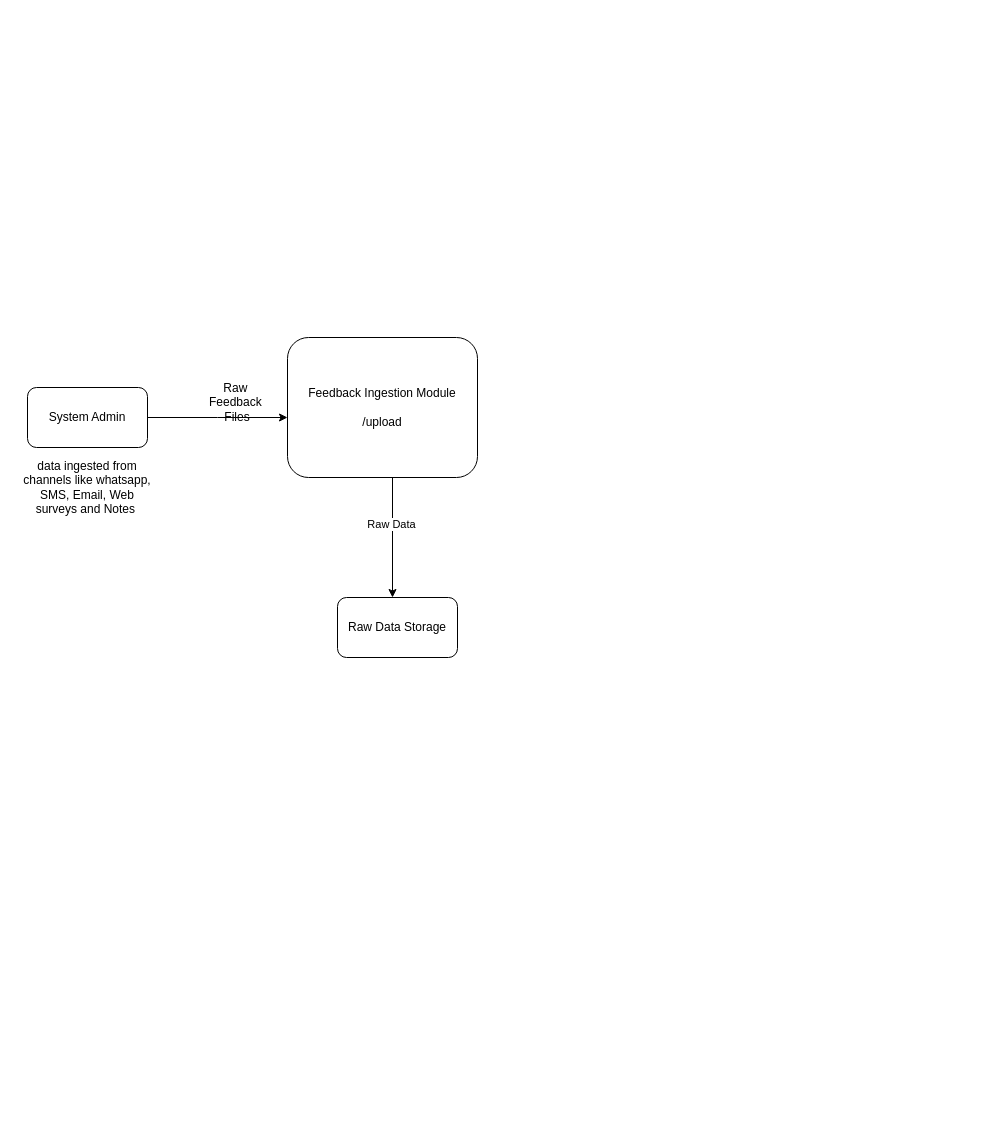
Above: Level1.drawio in clencyc/AimSoft-Feedback-Analysis (draw.io), before the change. Source tidied: cells renumbered, new cells numbered last; positions are measured from the earlier drawing's top-left corner, leaving out a move shared by most shapes. Both pictures are drawn from the tidied source at 100%, with x=0, y=0 at pixel (17, 337).
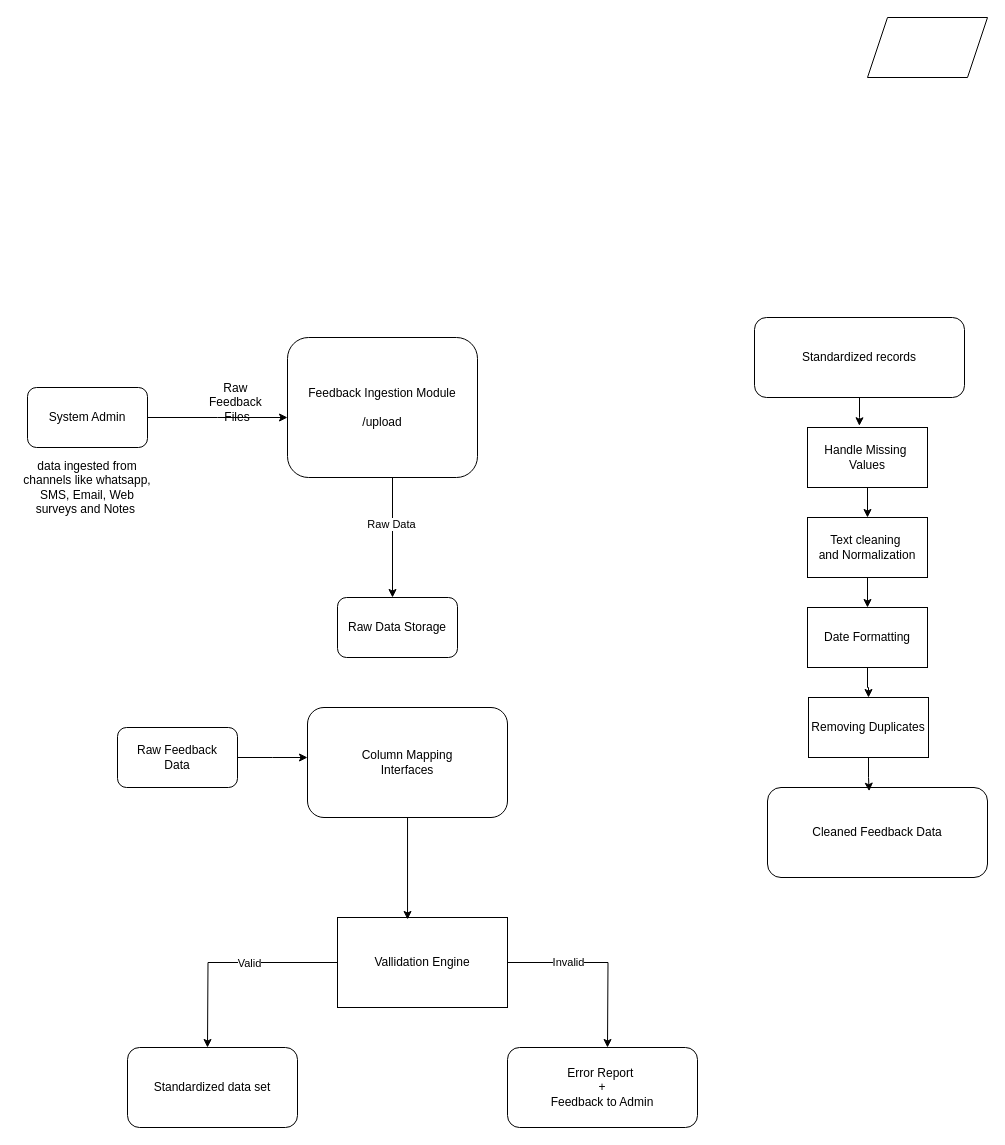
The same diagram, later.

The edit, as a diff of the source:
```diff
@@
+    <mxCell id="10" style="edgeStyle=orthogonalEdgeStyle;rounded=0;jettySize=auto;html=1;" parent="1" edge="1" source="11">
+      <mxGeometry relative="1" as="geometry">
+        <mxPoint x="290" y="420" as="targetPoint" />
+      </mxGeometry>
+    </mxCell>
+    <mxCell id="11" value="&lt;div&gt;Raw Feedback&lt;/div&gt;&lt;div&gt;Data&lt;/div&gt;" style="rounded=1;whiteSpace=wrap;html=1;" parent="1" vertex="1">
+      <mxGeometry x="100" y="390" width="120" height="60" as="geometry" />
+    </mxCell>
+    <mxCell id="12" value="&lt;div&gt;Column Mapping&lt;/div&gt;&lt;div&gt;Interfaces&lt;/div&gt;" style="rounded=1;whiteSpace=wrap;html=1;" parent="1" vertex="1">
+      <mxGeometry x="290" y="370" width="200" height="110" as="geometry" />
+    </mxCell>
+    <mxCell id="13" style="edgeStyle=orthogonalEdgeStyle;rounded=0;jettySize=auto;html=1;" parent="1" edge="1" source="17">
+      <mxGeometry relative="1" as="geometry">
+        <mxPoint x="190" y="710" as="targetPoint" />
+      </mxGeometry>
+    </mxCell>
+    <mxCell id="14" value="Valid" style="edgeLabel;html=1;align=center;verticalAlign=middle;" parent="13" vertex="1">
+      <mxGeometry x="-0.17" y="5" relative="1" as="geometry">
+        <mxPoint y="-5" as="offset" />
+      </mxGeometry>
+    </mxCell>
+    <mxCell id="15" style="edgeStyle=orthogonalEdgeStyle;rounded=0;jettySize=auto;html=1;" parent="1" edge="1" source="17">
+      <mxGeometry relative="1" as="geometry">
+        <mxPoint x="590" y="710" as="targetPoint" />
+      </mxGeometry>
+    </mxCell>
+    <mxCell id="16" value="Invalid" style="edgeLabel;html=1;align=center;verticalAlign=middle;" parent="15" vertex="1">
+      <mxGeometry x="-0.35" y="1" relative="1" as="geometry" />
+    </mxCell>
+    <mxCell id="17" value="Vallidation Engine" style="rounded=0;whiteSpace=wrap;html=1;" parent="1" vertex="1">
+      <mxGeometry x="320" y="580" width="170" height="90" as="geometry" />
+    </mxCell>
+    <mxCell id="18" style="edgeStyle=orthogonalEdgeStyle;rounded=0;jettySize=auto;html=1;entryX=0.412;entryY=0.022;entryDx=0;entryDy=0;entryPerimeter=0;" parent="1" edge="1" source="12" target="17">
+      <mxGeometry relative="1" as="geometry" />
+    </mxCell>
+    <mxCell id="19" value="Standardized data set" style="rounded=1;whiteSpace=wrap;html=1;" parent="1" vertex="1">
+      <mxGeometry x="110" y="710" width="170" height="80" as="geometry" />
+    </mxCell>
+    <mxCell id="20" value="&lt;div&gt;Error Report&amp;nbsp;&lt;/div&gt;&lt;div&gt;+&lt;/div&gt;&lt;div&gt;Feedback to Admin&lt;/div&gt;" style="rounded=1;whiteSpace=wrap;html=1;" parent="1" vertex="1">
+      <mxGeometry x="490" y="710" width="190" height="80" as="geometry" />
+    </mxCell>
+    <mxCell id="21" style="shape=parallelogram;perimeter=parallelogramPerimeter;whiteSpace=wrap;html=1;fixedSize=1;" parent="1" vertex="1">
+      <mxGeometry x="850" y="-320" width="120" height="60" as="geometry" />
+    </mxCell>
+    <mxCell id="22" value="Standardized records" style="rounded=1;whiteSpace=wrap;html=1;" parent="1" vertex="1">
+      <mxGeometry x="737" y="-20" width="210" height="80" as="geometry" />
+    </mxCell>
+    <mxCell id="23" style="edgeStyle=orthogonalEdgeStyle;rounded=0;jettySize=auto;html=1;entryX=0.5;entryY=0;entryDx=0;entryDy=0;" parent="1" edge="1" source="24" target="26">
+      <mxGeometry relative="1" as="geometry" />
+    </mxCell>
+    <mxCell id="24" value="&lt;div&gt;Handle Missing&amp;nbsp;&lt;/div&gt;&lt;div&gt;Values&lt;/div&gt;" style="rounded=0;whiteSpace=wrap;html=1;" parent="1" vertex="1">
+      <mxGeometry x="790" y="90" width="120" height="60" as="geometry" />
+    </mxCell>
+    <mxCell id="25" style="edgeStyle=orthogonalEdgeStyle;rounded=0;jettySize=auto;html=1;entryX=0.5;entryY=0;entryDx=0;entryDy=0;" parent="1" edge="1" source="26" target="28">
+      <mxGeometry relative="1" as="geometry" />
+    </mxCell>
+    <mxCell id="26" value="&lt;div&gt;Text cleaning&amp;nbsp;&lt;/div&gt;&lt;div&gt;and Normalization&lt;/div&gt;" style="rounded=0;whiteSpace=wrap;html=1;" parent="1" vertex="1">
+      <mxGeometry x="790" y="180" width="120" height="60" as="geometry" />
+    </mxCell>
+    <mxCell id="27" style="edgeStyle=orthogonalEdgeStyle;rounded=0;jettySize=auto;html=1;entryX=0.5;entryY=0;entryDx=0;entryDy=0;" parent="1" edge="1" source="28" target="29">
+      <mxGeometry relative="1" as="geometry" />
+    </mxCell>
+    <mxCell id="28" value="Date Formatting" style="rounded=0;whiteSpace=wrap;html=1;" parent="1" vertex="1">
+      <mxGeometry x="790" y="270" width="120" height="60" as="geometry" />
+    </mxCell>
+    <mxCell id="29" value="Removing Duplicates" style="rounded=0;whiteSpace=wrap;html=1;" parent="1" vertex="1">
+      <mxGeometry x="791" y="360" width="120" height="60" as="geometry" />
+    </mxCell>
+    <mxCell id="30" value="Cleaned Feedback Data" style="rounded=1;whiteSpace=wrap;html=1;" parent="1" vertex="1">
+      <mxGeometry x="750" y="450" width="220" height="90" as="geometry" />
+    </mxCell>
+    <mxCell id="31" style="edgeStyle=orthogonalEdgeStyle;rounded=0;jettySize=auto;html=1;entryX=0.432;entryY=-0.029;entryDx=0;entryDy=0;entryPerimeter=0;" parent="1" edge="1" source="22" target="24">
+      <mxGeometry relative="1" as="geometry" />
+    </mxCell>
+    <mxCell id="32" style="edgeStyle=orthogonalEdgeStyle;rounded=0;jettySize=auto;html=1;entryX=0.462;entryY=0.041;entryDx=0;entryDy=0;entryPerimeter=0;" parent="1" edge="1" source="29" target="30">
+      <mxGeometry relative="1" as="geometry" />
+    </mxCell>
```
